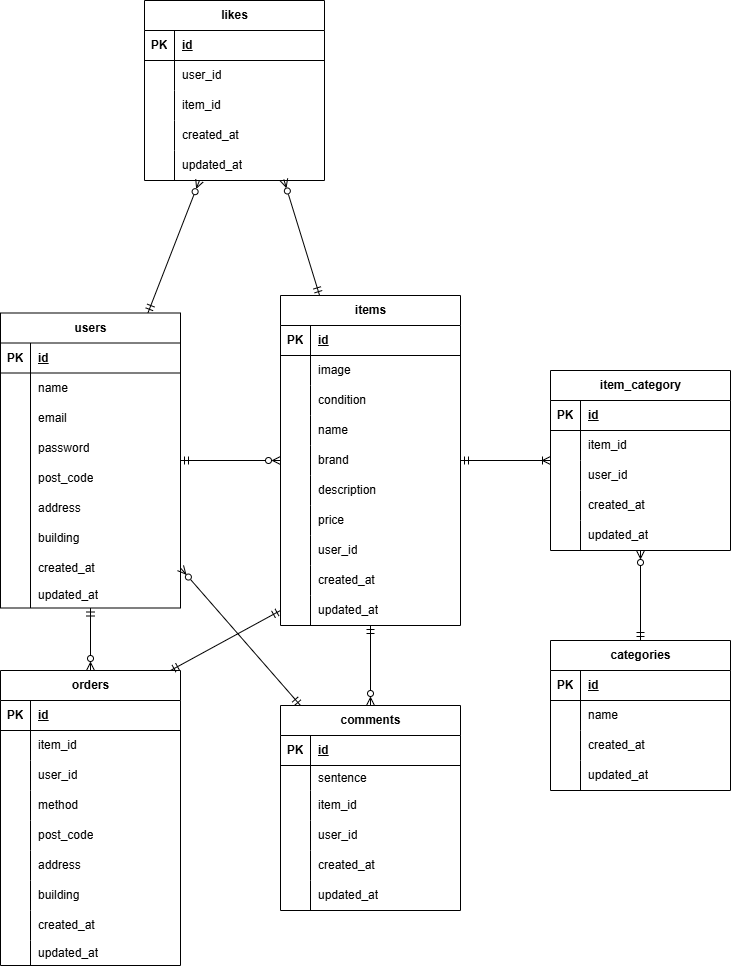
The draw.io diagram index.drawio.png in tsugumi-0406/flea_market, before a commit. Source tidied: cells renumbered, new cells last; positions are measured from the earlier drawing's top-left corner, leaving out a move shared by most shapes.
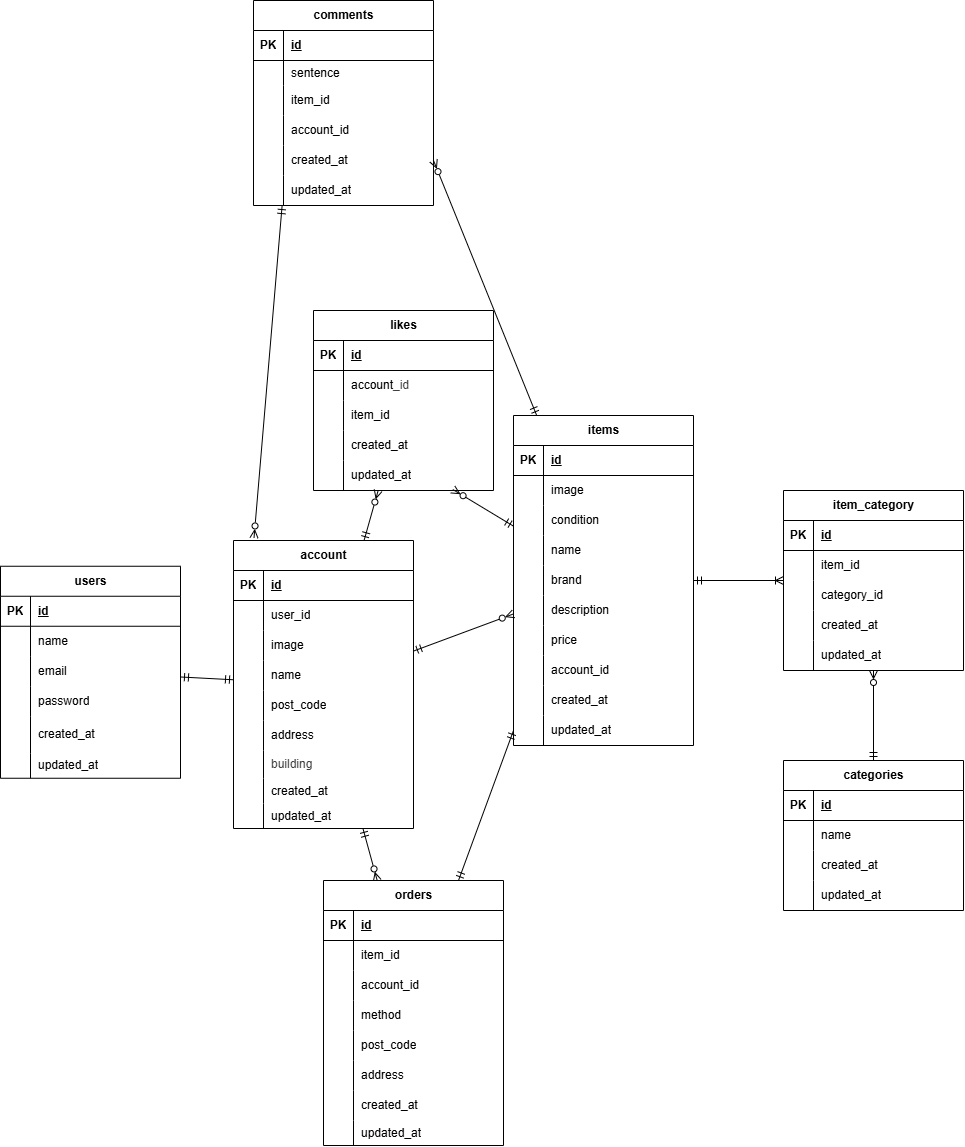
The same diagram one commit later.

The edit, as a diff of the source:
```diff
@@ -13,4 +13,7 @@
     </mxCell>
+    <mxCell id="162" style="edgeStyle=none;html=1;endArrow=ERmandOne;endFill=0;startArrow=ERmandOne;startFill=0;" parent="1" edge="1" source="5" target="166">
+      <mxGeometry relative="1" as="geometry" />
+    </mxCell>
-    <mxCell id="5" value="users" style="shape=table;startSize=30;rowLines=0;fontStyle=1;align=center;html=1;" parent="1" vertex="1">
-      <mxGeometry y="312.5" width="180" height="295" as="geometry" />
+    <mxCell id="5" value="account" style="shape=table;startSize=30;rowLines=0;fontStyle=1;align=center;html=1;" parent="1" vertex="1">
+      <mxGeometry y="420" width="180" height="288" as="geometry" />
     </mxCell>
@@ -31,3 +34,3 @@
     </mxCell>
-    <mxCell id="11" value="name" style="shape=partialRectangle;fillColor=none;top=0;left=0;bottom=0;right=0;align=left;spacingLeft=6;overflow=hidden;whiteSpace=wrap;html=1;" parent="9" vertex="1">
+    <mxCell id="11" value="user_id" style="shape=partialRectangle;fillColor=none;top=0;left=0;bottom=0;right=0;align=left;spacingLeft=6;overflow=hidden;whiteSpace=wrap;html=1;" parent="9" vertex="1">
       <mxGeometry x="30" width="150" height="30" as="geometry" />
@@ -40,3 +43,3 @@
     </mxCell>
-    <mxCell id="14" value="email" style="shape=partialRectangle;fillColor=none;top=0;left=0;bottom=0;right=0;align=left;spacingLeft=6;overflow=hidden;whiteSpace=wrap;html=1;" parent="12" vertex="1">
+    <mxCell id="14" value="&lt;span style=&quot;color: rgb(0, 0, 0);&quot;&gt;image&lt;/span&gt;" style="shape=partialRectangle;fillColor=none;top=0;left=0;bottom=0;right=0;align=left;spacingLeft=6;overflow=hidden;whiteSpace=wrap;html=1;" parent="12" vertex="1">
       <mxGeometry x="30" width="150" height="30" as="geometry" />
@@ -49,3 +52,3 @@
     </mxCell>
-    <mxCell id="17" value="password" style="shape=partialRectangle;fillColor=none;top=0;left=0;bottom=0;right=0;align=left;spacingLeft=6;overflow=hidden;whiteSpace=wrap;html=1;" parent="15" vertex="1">
+    <mxCell id="17" value="&lt;span style=&quot;color: rgb(0, 0, 0);&quot;&gt;name&lt;/span&gt;" style="shape=partialRectangle;fillColor=none;top=0;left=0;bottom=0;right=0;align=left;spacingLeft=6;overflow=hidden;whiteSpace=wrap;html=1;" parent="15" vertex="1">
       <mxGeometry x="30" width="150" height="30" as="geometry" />
@@ -58,3 +61,3 @@
     </mxCell>
-    <mxCell id="20" value="post_code" style="shape=partialRectangle;fillColor=none;top=0;left=0;bottom=0;right=0;align=left;spacingLeft=6;overflow=hidden;whiteSpace=wrap;html=1;" parent="18" vertex="1">
+    <mxCell id="20" value="&lt;span style=&quot;color: rgb(0, 0, 0);&quot;&gt;post_code&lt;/span&gt;" style="shape=partialRectangle;fillColor=none;top=0;left=0;bottom=0;right=0;align=left;spacingLeft=6;overflow=hidden;whiteSpace=wrap;html=1;" parent="18" vertex="1">
       <mxGeometry x="30" width="150" height="30" as="geometry" />
@@ -67,25 +70,16 @@
     </mxCell>
-    <mxCell id="23" value="address" style="shape=partialRectangle;fillColor=none;top=0;left=0;bottom=0;right=0;align=left;spacingLeft=6;overflow=hidden;whiteSpace=wrap;html=1;" parent="21" vertex="1">
+    <mxCell id="23" value="&lt;span style=&quot;color: rgb(0, 0, 0);&quot;&gt;address&lt;/span&gt;" style="shape=partialRectangle;fillColor=none;top=0;left=0;bottom=0;right=0;align=left;spacingLeft=6;overflow=hidden;whiteSpace=wrap;html=1;" parent="21" vertex="1">
       <mxGeometry x="30" width="150" height="30" as="geometry" />
     </mxCell>
-    <mxCell id="24" style="shape=tableRow;horizontal=0;startSize=0;swimlaneHead=0;swimlaneBody=0;fillColor=none;top=0;left=0;right=0;bottom=0;" parent="5" vertex="1">
-      <mxGeometry y="210" width="180" height="30" as="geometry" />
-    </mxCell>
-    <mxCell id="25" style="shape=partialRectangle;fillColor=none;top=0;left=0;bottom=0;right=0;overflow=hidden;whiteSpace=wrap;html=1;" parent="24" vertex="1">
-      <mxGeometry width="30" height="30" as="geometry" />
-    </mxCell>
-    <mxCell id="26" value="building" style="shape=partialRectangle;fillColor=none;top=0;left=0;bottom=0;right=0;align=left;spacingLeft=6;overflow=hidden;whiteSpace=wrap;html=1;" parent="24" vertex="1">
-      <mxGeometry x="30" width="150" height="30" as="geometry" />
-    </mxCell>
     <mxCell id="27" style="shape=tableRow;horizontal=0;startSize=0;swimlaneHead=0;swimlaneBody=0;fillColor=none;points=[[0,0.5],[1,0.5]];portConstraint=eastwest;top=0;left=0;right=0;bottom=0;" parent="5" vertex="1">
-      <mxGeometry y="240" width="180" height="30" as="geometry" />
+      <mxGeometry y="210" width="180" height="28" as="geometry" />
     </mxCell>
     <mxCell id="28" style="shape=partialRectangle;fillColor=none;top=0;left=0;bottom=0;right=0;overflow=hidden;whiteSpace=wrap;html=1;" parent="27" vertex="1">
-      <mxGeometry width="30" height="30" as="geometry" />
+      <mxGeometry width="30" height="28" as="geometry" />
     </mxCell>
-    <mxCell id="29" value="created_at" style="shape=partialRectangle;fillColor=none;top=0;left=0;bottom=0;right=0;align=left;spacingLeft=6;overflow=hidden;whiteSpace=wrap;html=1;" parent="27" vertex="1">
-      <mxGeometry x="30" width="150" height="30" as="geometry" />
+    <mxCell id="29" value="&lt;span style=&quot;color: rgb(63, 63, 63);&quot;&gt;building&lt;/span&gt;" style="shape=partialRectangle;fillColor=none;top=0;left=0;bottom=0;right=0;align=left;spacingLeft=6;overflow=hidden;whiteSpace=wrap;html=1;" parent="27" vertex="1">
+      <mxGeometry x="30" width="150" height="28" as="geometry" />
     </mxCell>
     <mxCell id="30" style="shape=tableRow;horizontal=0;startSize=0;swimlaneHead=0;swimlaneBody=0;fillColor=none;top=0;left=0;right=0;bottom=0;" parent="5" vertex="1">
-      <mxGeometry y="270" width="180" height="25" as="geometry" />
+      <mxGeometry y="238" width="180" height="25" as="geometry" />
     </mxCell>
@@ -94,5 +88,14 @@
     </mxCell>
-    <mxCell id="32" value="updated_at" style="shape=partialRectangle;fillColor=none;top=0;left=0;bottom=0;right=0;align=left;spacingLeft=6;overflow=hidden;whiteSpace=wrap;html=1;" parent="30" vertex="1">
+    <mxCell id="32" value="&lt;span style=&quot;color: rgb(0, 0, 0);&quot;&gt;created_at&lt;/span&gt;" style="shape=partialRectangle;fillColor=none;top=0;left=0;bottom=0;right=0;align=left;spacingLeft=6;overflow=hidden;whiteSpace=wrap;html=1;" parent="30" vertex="1">
       <mxGeometry x="30" width="150" height="25" as="geometry" />
     </mxCell>
+    <mxCell id="163" style="shape=tableRow;horizontal=0;startSize=0;swimlaneHead=0;swimlaneBody=0;fillColor=none;top=0;left=0;right=0;bottom=0;" parent="5" vertex="1">
+      <mxGeometry y="263" width="180" height="25" as="geometry" />
+    </mxCell>
+    <mxCell id="164" style="shape=partialRectangle;fillColor=none;top=0;left=0;bottom=0;right=0;overflow=hidden;whiteSpace=wrap;html=1;" parent="163" vertex="1">
+      <mxGeometry width="30" height="25" as="geometry" />
+    </mxCell>
+    <mxCell id="165" value="updated_at" style="shape=partialRectangle;fillColor=none;top=0;left=0;bottom=0;right=0;align=left;spacingLeft=6;overflow=hidden;whiteSpace=wrap;html=1;" parent="163" vertex="1">
+      <mxGeometry x="30" width="150" height="25" as="geometry" />
+    </mxCell>
     <mxCell id="33" style="edgeStyle=none;html=1;startArrow=ERmandOne;startFill=0;endArrow=ERoneToMany;endFill=0;" parent="1" edge="1" source="35" target="67">
@@ -100,3 +103,3 @@
     </mxCell>
-    <mxCell id="34" style="edgeStyle=none;html=1;startArrow=ERmandOne;startFill=0;endArrow=ERzeroToMany;endFill=0;" parent="1" edge="1" source="35" target="141">
+    <mxCell id="34" style="edgeStyle=none;html=1;startArrow=ERmandOne;startFill=0;endArrow=ERzeroToMany;endFill=0;entryX=1;entryY=0.5;entryDx=0;entryDy=0;" parent="1" edge="1" source="35" target="154">
       <mxGeometry relative="1" as="geometry" />
@@ -175,3 +178,3 @@
     </mxCell>
-    <mxCell id="59" value="user_id" style="shape=partialRectangle;fillColor=none;top=0;left=0;bottom=0;right=0;align=left;spacingLeft=6;overflow=hidden;whiteSpace=wrap;html=1;" parent="57" vertex="1">
+    <mxCell id="59" value="account_id" style="shape=partialRectangle;fillColor=none;top=0;left=0;bottom=0;right=0;align=left;spacingLeft=6;overflow=hidden;whiteSpace=wrap;html=1;" parent="57" vertex="1">
       <mxGeometry x="30" width="150" height="30" as="geometry" />
@@ -226,3 +229,3 @@
     </mxCell>
-    <mxCell id="76" value="user_id" style="shape=partialRectangle;fillColor=none;top=0;left=0;bottom=0;right=0;align=left;spacingLeft=6;overflow=hidden;whiteSpace=wrap;html=1;" parent="74" vertex="1">
+    <mxCell id="76" value="category_id" style="shape=partialRectangle;fillColor=none;top=0;left=0;bottom=0;right=0;align=left;spacingLeft=6;overflow=hidden;whiteSpace=wrap;html=1;" parent="74" vertex="1">
       <mxGeometry x="30" width="150" height="30" as="geometry" />
@@ -287,3 +290,3 @@
     <mxCell id="96" value="likes" style="shape=table;startSize=30;rowLines=0;fontStyle=1;align=center;html=1;" parent="1" vertex="1">
-      <mxGeometry x="144" width="180" height="180" as="geometry" />
+      <mxGeometry x="80" y="190" width="180" height="180" as="geometry" />
     </mxCell>
@@ -304,3 +307,3 @@
     </mxCell>
-    <mxCell id="102" value="user_id" style="shape=partialRectangle;fillColor=none;top=0;left=0;bottom=0;right=0;align=left;spacingLeft=6;overflow=hidden;whiteSpace=wrap;html=1;" parent="100" vertex="1">
+    <mxCell id="102" value="&lt;span style=&quot;background-color: transparent;&quot;&gt;&lt;font color=&quot;#000000&quot;&gt;account&lt;/font&gt;&lt;/span&gt;&lt;span style=&quot;color: rgb(63, 63, 63); background-color: transparent;&quot;&gt;_id&lt;/span&gt;" style="shape=partialRectangle;fillColor=none;top=0;left=0;bottom=0;right=0;align=left;spacingLeft=6;overflow=hidden;whiteSpace=wrap;html=1;" parent="100" vertex="1">
       <mxGeometry x="30" width="150" height="30" as="geometry" />
@@ -338,3 +341,3 @@
     <mxCell id="113" value="orders" style="shape=table;startSize=30;rowLines=0;fontStyle=1;align=center;html=1;" parent="1" vertex="1">
-      <mxGeometry y="670" width="180" height="295" as="geometry" />
+      <mxGeometry x="90" y="760" width="180" height="265" as="geometry" />
     </mxCell>
@@ -364,3 +367,3 @@
     </mxCell>
-    <mxCell id="122" value="user_id" style="shape=partialRectangle;fillColor=none;top=0;left=0;bottom=0;right=0;align=left;spacingLeft=6;overflow=hidden;whiteSpace=wrap;html=1;" parent="120" vertex="1">
+    <mxCell id="122" value="account_id" style="shape=partialRectangle;fillColor=none;top=0;left=0;bottom=0;right=0;align=left;spacingLeft=6;overflow=hidden;whiteSpace=wrap;html=1;" parent="120" vertex="1">
       <mxGeometry x="30" width="150" height="30" as="geometry" />
@@ -394,13 +397,4 @@
     </mxCell>
-    <mxCell id="132" style="shape=tableRow;horizontal=0;startSize=0;swimlaneHead=0;swimlaneBody=0;fillColor=none;top=0;left=0;right=0;bottom=0;" parent="113" vertex="1">
-      <mxGeometry y="210" width="180" height="30" as="geometry" />
-    </mxCell>
-    <mxCell id="133" style="shape=partialRectangle;fillColor=none;top=0;left=0;bottom=0;right=0;overflow=hidden;whiteSpace=wrap;html=1;" parent="132" vertex="1">
-      <mxGeometry width="30" height="30" as="geometry" />
-    </mxCell>
-    <mxCell id="134" value="building" style="shape=partialRectangle;fillColor=none;top=0;left=0;bottom=0;right=0;align=left;spacingLeft=6;overflow=hidden;whiteSpace=wrap;html=1;" parent="132" vertex="1">
-      <mxGeometry x="30" width="150" height="30" as="geometry" />
-    </mxCell>
     <mxCell id="135" style="shape=tableRow;horizontal=0;startSize=0;swimlaneHead=0;swimlaneBody=0;fillColor=none;top=0;left=0;right=0;bottom=0;" parent="113" vertex="1">
-      <mxGeometry y="240" width="180" height="30" as="geometry" />
+      <mxGeometry y="210" width="180" height="30" as="geometry" />
     </mxCell>
@@ -413,3 +407,3 @@
     <mxCell id="138" style="shape=tableRow;horizontal=0;startSize=0;swimlaneHead=0;swimlaneBody=0;fillColor=none;top=0;left=0;right=0;bottom=0;" parent="113" vertex="1">
-      <mxGeometry y="270" width="180" height="25" as="geometry" />
+      <mxGeometry y="240" width="180" height="25" as="geometry" />
     </mxCell>
@@ -422,3 +416,3 @@
     <mxCell id="141" value="comments" style="shape=table;startSize=30;rowLines=0;fontStyle=1;align=center;html=1;" parent="1" vertex="1">
-      <mxGeometry x="280" y="705" width="180" height="205" as="geometry" />
+      <mxGeometry x="20" y="-120" width="180" height="205" as="geometry" />
     </mxCell>
@@ -457,3 +451,3 @@
     </mxCell>
-    <mxCell id="153" value="user_id" style="shape=partialRectangle;fillColor=none;top=0;left=0;bottom=0;right=0;align=left;spacingLeft=6;overflow=hidden;whiteSpace=wrap;html=1;" parent="151" vertex="1">
+    <mxCell id="153" value="account_id" style="shape=partialRectangle;fillColor=none;top=0;left=0;bottom=0;right=0;align=left;spacingLeft=6;overflow=hidden;whiteSpace=wrap;html=1;" parent="151" vertex="1">
       <mxGeometry x="30" width="150" height="30" as="geometry" />
@@ -478,12 +472,65 @@
     </mxCell>
-    <mxCell id="160" style="edgeStyle=none;jettySize=auto;html=1;entryX=0;entryY=0.5;entryDx=0;entryDy=0;endArrow=ERmandOne;endFill=0;startArrow=ERmandOne;startFill=0;" parent="1" edge="1" target="63">
-      <mxGeometry relative="1" as="geometry">
-        <mxPoint x="170" y="670" as="sourcePoint" />
-      </mxGeometry>
+    <mxCell id="160" style="edgeStyle=none;jettySize=auto;html=1;entryX=0;entryY=0.5;entryDx=0;entryDy=0;endArrow=ERmandOne;endFill=0;startArrow=ERmandOne;startFill=0;exitX=0.75;exitY=0;exitDx=0;exitDy=0;" parent="1" edge="1" source="113" target="63">
+      <mxGeometry relative="1" as="geometry" />
     </mxCell>
-    <mxCell id="161" style="edgeStyle=none;jettySize=auto;html=1;exitX=1;exitY=0.5;exitDx=0;exitDy=0;endArrow=ERmandOne;endFill=0;startArrow=ERzeroToMany;startFill=0;" parent="1" edge="1" source="27">
-      <mxGeometry relative="1" as="geometry">
-        <mxPoint x="300" y="705" as="targetPoint" />
-      </mxGeometry>
+    <mxCell id="161" style="edgeStyle=none;jettySize=auto;html=1;exitX=0.114;exitY=-0.009;exitDx=0;exitDy=0;endArrow=ERmandOne;endFill=0;startArrow=ERzeroToMany;startFill=0;entryX=0.159;entryY=1.002;entryDx=0;entryDy=0;exitPerimeter=0;entryPerimeter=0;" parent="1" edge="1" source="5" target="157">
+      <mxGeometry relative="1" as="geometry" />
     </mxCell>
+    <mxCell id="166" value="users" style="shape=table;startSize=30;rowLines=0;fontStyle=1;align=center;html=1;" parent="1" vertex="1">
+      <mxGeometry x="-233" y="445.8" width="180" height="212" as="geometry" />
+    </mxCell>
+    <mxCell id="167" style="shape=tableRow;horizontal=0;startSize=0;swimlaneHead=0;swimlaneBody=0;fillColor=none;top=0;left=0;right=0;bottom=1;" parent="166" vertex="1">
+      <mxGeometry y="30" width="180" height="30" as="geometry" />
+    </mxCell>
+    <mxCell id="168" value="PK" style="shape=partialRectangle;fillColor=none;top=0;left=0;bottom=0;right=0;fontStyle=1;overflow=hidden;whiteSpace=wrap;html=1;" parent="167" vertex="1">
+      <mxGeometry width="30" height="30" as="geometry" />
+    </mxCell>
+    <mxCell id="169" value="id" style="shape=partialRectangle;fillColor=none;top=0;left=0;bottom=0;right=0;align=left;spacingLeft=6;fontStyle=5;overflow=hidden;whiteSpace=wrap;html=1;" parent="167" vertex="1">
+      <mxGeometry x="30" width="150" height="30" as="geometry" />
+    </mxCell>
+    <mxCell id="170" style="shape=tableRow;horizontal=0;startSize=0;swimlaneHead=0;swimlaneBody=0;fillColor=none;top=0;left=0;right=0;bottom=0;" parent="166" vertex="1">
+      <mxGeometry y="60" width="180" height="30" as="geometry" />
+    </mxCell>
+    <mxCell id="171" style="shape=partialRectangle;fillColor=none;top=0;left=0;bottom=0;right=0;overflow=hidden;whiteSpace=wrap;html=1;" parent="170" vertex="1">
+      <mxGeometry width="30" height="30" as="geometry" />
+    </mxCell>
+    <mxCell id="172" value="name" style="shape=partialRectangle;fillColor=none;top=0;left=0;bottom=0;right=0;align=left;spacingLeft=6;overflow=hidden;whiteSpace=wrap;html=1;" parent="170" vertex="1">
+      <mxGeometry x="30" width="150" height="30" as="geometry" />
+    </mxCell>
+    <mxCell id="173" style="shape=tableRow;horizontal=0;startSize=0;swimlaneHead=0;swimlaneBody=0;fillColor=none;top=0;left=0;right=0;bottom=0;" parent="166" vertex="1">
+      <mxGeometry y="90" width="180" height="30" as="geometry" />
+    </mxCell>
+    <mxCell id="174" style="shape=partialRectangle;fillColor=none;top=0;left=0;bottom=0;right=0;overflow=hidden;whiteSpace=wrap;html=1;" parent="173" vertex="1">
+      <mxGeometry width="30" height="30" as="geometry" />
+    </mxCell>
+    <mxCell id="175" value="email" style="shape=partialRectangle;fillColor=none;top=0;left=0;bottom=0;right=0;align=left;spacingLeft=6;overflow=hidden;whiteSpace=wrap;html=1;" parent="173" vertex="1">
+      <mxGeometry x="30" width="150" height="30" as="geometry" />
+    </mxCell>
+    <mxCell id="176" style="shape=tableRow;horizontal=0;startSize=0;swimlaneHead=0;swimlaneBody=0;fillColor=none;top=0;left=0;right=0;bottom=0;" parent="166" vertex="1">
+      <mxGeometry y="120" width="180" height="30" as="geometry" />
+    </mxCell>
+    <mxCell id="177" style="shape=partialRectangle;fillColor=none;top=0;left=0;bottom=0;right=0;overflow=hidden;whiteSpace=wrap;html=1;" parent="176" vertex="1">
+      <mxGeometry width="30" height="30" as="geometry" />
+    </mxCell>
+    <mxCell id="178" value="password" style="shape=partialRectangle;fillColor=none;top=0;left=0;bottom=0;right=0;align=left;spacingLeft=6;overflow=hidden;whiteSpace=wrap;html=1;" parent="176" vertex="1">
+      <mxGeometry x="30" width="150" height="30" as="geometry" />
+    </mxCell>
+    <mxCell id="179" style="shape=tableRow;horizontal=0;startSize=0;swimlaneHead=0;swimlaneBody=0;fillColor=none;top=0;left=0;right=0;bottom=0;" parent="166" vertex="1">
+      <mxGeometry y="150" width="180" height="37" as="geometry" />
+    </mxCell>
+    <mxCell id="180" style="shape=partialRectangle;fillColor=none;top=0;left=0;bottom=0;right=0;overflow=hidden;whiteSpace=wrap;html=1;" parent="179" vertex="1">
+      <mxGeometry width="30" height="37" as="geometry" />
+    </mxCell>
+    <mxCell id="181" value="created_at" style="shape=partialRectangle;fillColor=none;top=0;left=0;bottom=0;right=0;align=left;spacingLeft=6;overflow=hidden;whiteSpace=wrap;html=1;" parent="179" vertex="1">
+      <mxGeometry x="30" width="150" height="37" as="geometry" />
+    </mxCell>
+    <mxCell id="182" style="shape=tableRow;horizontal=0;startSize=0;swimlaneHead=0;swimlaneBody=0;fillColor=none;top=0;left=0;right=0;bottom=0;" parent="166" vertex="1">
+      <mxGeometry y="187" width="180" height="25" as="geometry" />
+    </mxCell>
+    <mxCell id="183" style="shape=partialRectangle;fillColor=none;top=0;left=0;bottom=0;right=0;overflow=hidden;whiteSpace=wrap;html=1;" parent="182" vertex="1">
+      <mxGeometry width="30" height="25" as="geometry" />
+    </mxCell>
+    <mxCell id="184" value="updated_at" style="shape=partialRectangle;fillColor=none;top=0;left=0;bottom=0;right=0;align=left;spacingLeft=6;overflow=hidden;whiteSpace=wrap;html=1;" parent="182" vertex="1">
+      <mxGeometry x="30" width="150" height="25" as="geometry" />
+    </mxCell>
   </root>
```
